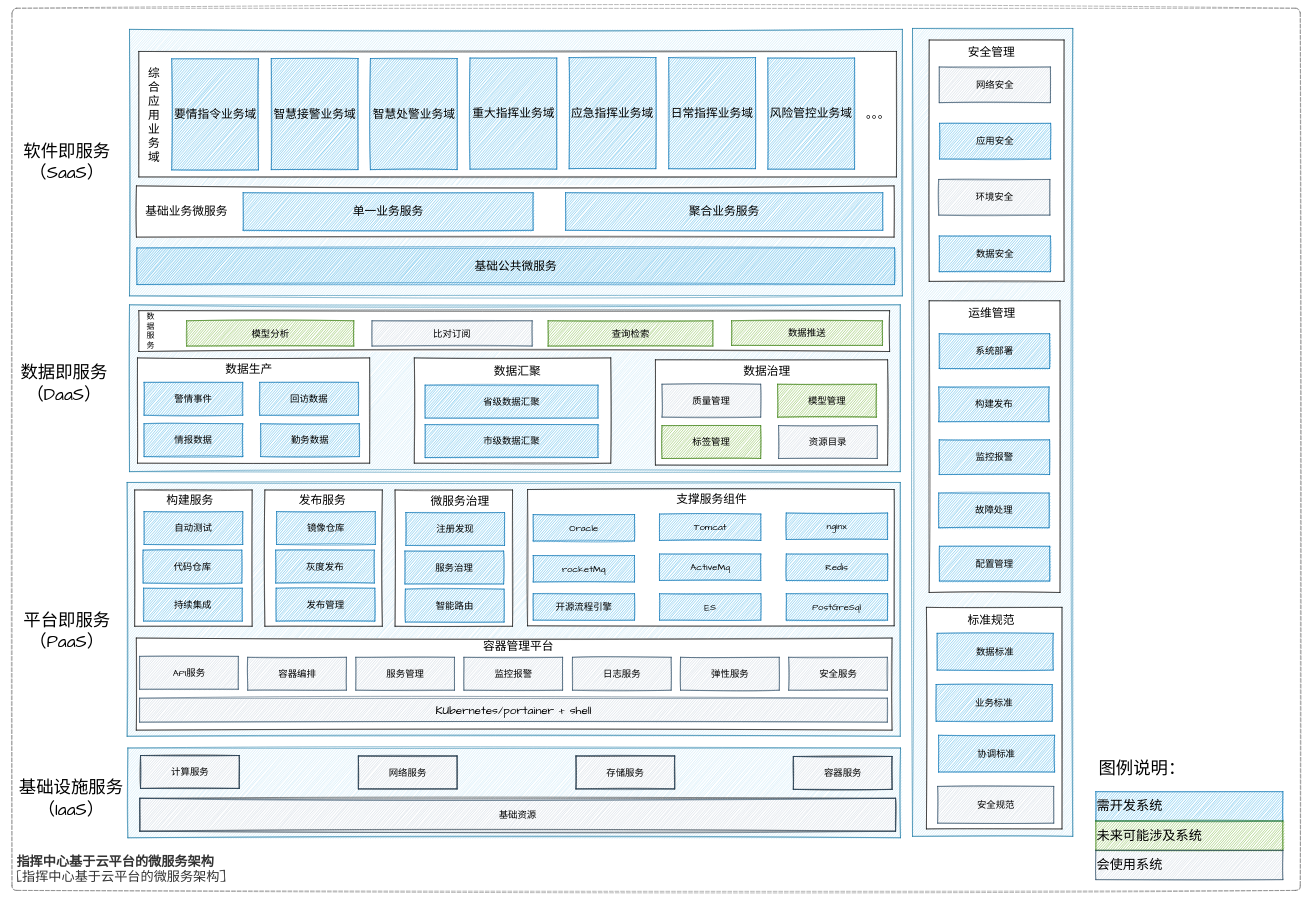
This is page "平台架构整体规划" (1 of 2) of 基于云平台的微服务架构.drawio from chensiyu123456/drawio-files, a draw.io file, before an edit. Source tidied: cells renumbered, new cells numbered last; positions are measured from the earlier drawing's top-left corner, leaving out a move shared by most shapes. Both pictures are drawn from the tidied source at 47%, with x=0, y=0 at pixel (8, 8).
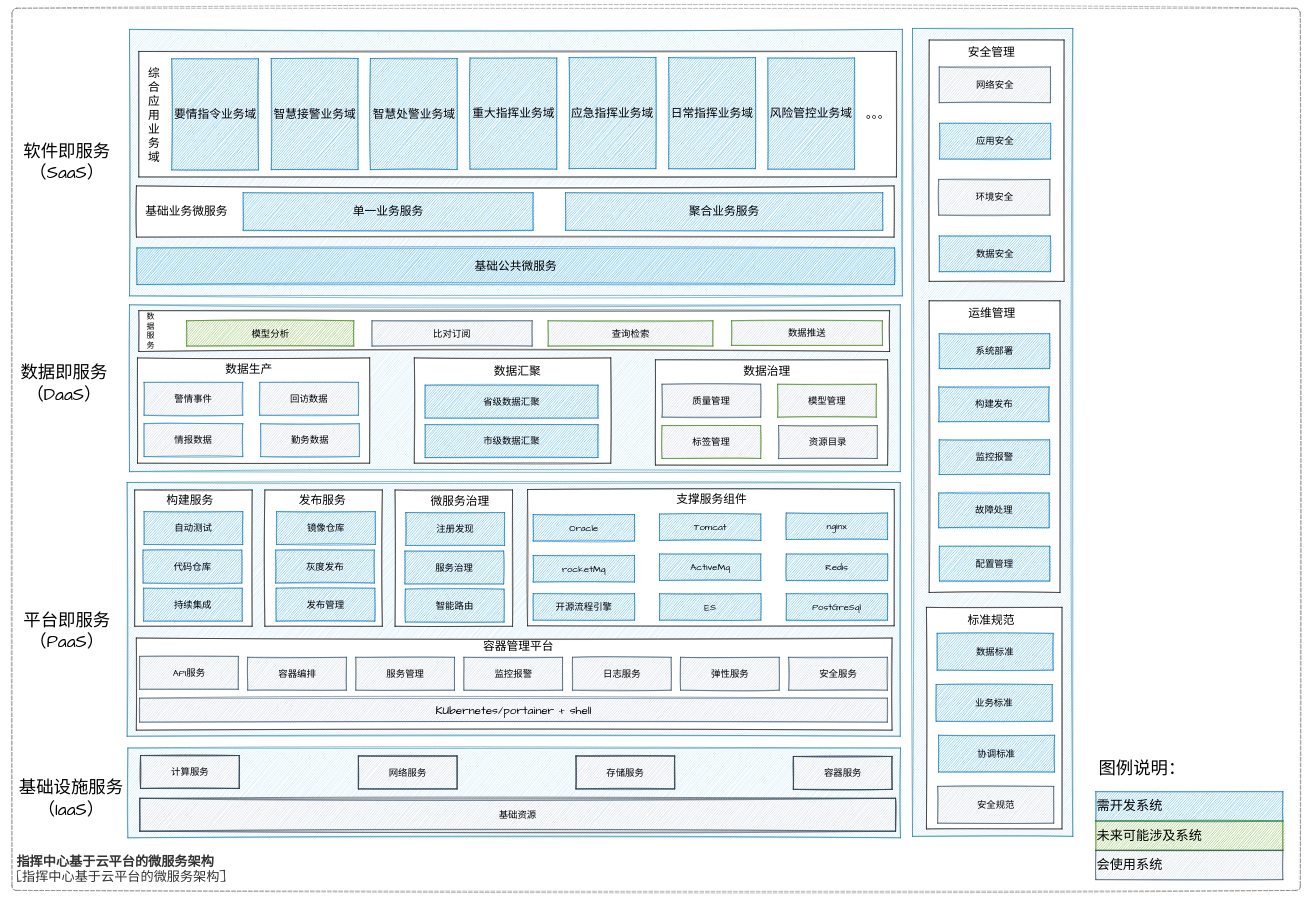
Above is the later version.

Commit message:
更新基于云平台的微服务架构.drawio

Unchanged cells that the change refers to:
```xml
<mxCell id="37" style="group;" parent="1" vertex="1">
  <mxGeometry x="1377" y="748" width="494" height="224" as="geometry" />
</mxCell>
<mxCell id="44" style="group;" parent="1" vertex="1">
  <mxGeometry x="275" y="744" width="494" height="224" as="geometry" />
</mxCell>
<mxCell id="100" style="group;" parent="1" vertex="1">
  <mxGeometry x="277.8" y="635" width="1597.5" height="103" as="geometry" />
</mxCell>
```

What changed in the source:
```diff
@@
-    <mxCell id="40" value="模型管理" style="rounded=0;whiteSpace=wrap;html=1;sketch=1;hachureGap=4;fontFamily=Architects Daughter;fontSize=20;fillColor=#60a917;strokeColor=#2D7600;fontColor=#000000;" parent="37" vertex="1">
+    <mxCell id="40" value="模型管理" style="rounded=0;whiteSpace=wrap;html=1;sketch=1;hachureGap=4;fontFamily=Architects Daughter;fontSize=20;fillColor=#BAC8D3;strokeColor=#2D7600;fontColor=#000000;" parent="37" vertex="1">
       <mxGeometry x="260" y="52" width="210" height="70" as="geometry" />
     </mxCell>
-    <mxCell id="41" value="标签管理" style="rounded=0;whiteSpace=wrap;html=1;sketch=1;hachureGap=4;fontFamily=Architects Daughter;fontSize=20;fillColor=#60a917;strokeColor=#2D7600;fontColor=#000000;" parent="37" vertex="1">
+    <mxCell id="41" value="标签管理" style="rounded=0;whiteSpace=wrap;html=1;sketch=1;hachureGap=4;fontFamily=Architects Daughter;fontSize=20;fillColor=#BAC8D3;strokeColor=#2D7600;fontColor=#000000;" parent="37" vertex="1">
       <mxGeometry x="14" y="140" width="210" height="70" as="geometry" />
     </mxCell>
@@
-    <mxCell id="46" value="警情事件" style="rounded=0;whiteSpace=wrap;html=1;sketch=1;hachureGap=4;fontFamily=Architects Daughter;fontSize=20;fillColor=#1ba1e2;strokeColor=#006EAF;fontColor=#000000;" parent="44" vertex="1">
+    <mxCell id="46" value="警情事件" style="rounded=0;whiteSpace=wrap;html=1;sketch=1;hachureGap=4;fontFamily=Architects Daughter;fontSize=20;fillColor=#BAC8D3;strokeColor=#006EAF;fontColor=#000000;" parent="44" vertex="1">
       <mxGeometry x="14" y="52" width="210" height="70" as="geometry" />
     </mxCell>
-    <mxCell id="47" value="回访数据" style="rounded=0;whiteSpace=wrap;html=1;sketch=1;hachureGap=4;fontFamily=Architects Daughter;fontSize=20;fillColor=#1ba1e2;strokeColor=#006EAF;fontColor=#000000;" parent="44" vertex="1">
+    <mxCell id="47" value="回访数据" style="rounded=0;whiteSpace=wrap;html=1;sketch=1;hachureGap=4;fontFamily=Architects Daughter;fontSize=20;fillColor=#BAC8D3;strokeColor=#006EAF;fontColor=#000000;" parent="44" vertex="1">
       <mxGeometry x="260" y="52" width="210" height="70" as="geometry" />
     </mxCell>
-    <mxCell id="48" value="情报数据" style="rounded=0;whiteSpace=wrap;html=1;sketch=1;hachureGap=4;fontFamily=Architects Daughter;fontSize=20;fillColor=#1ba1e2;strokeColor=#006EAF;fontColor=#000000;" parent="44" vertex="1">
+    <mxCell id="48" value="情报数据" style="rounded=0;whiteSpace=wrap;html=1;sketch=1;hachureGap=4;fontFamily=Architects Daughter;fontSize=20;fillColor=#BAC8D3;strokeColor=#006EAF;fontColor=#000000;" parent="44" vertex="1">
       <mxGeometry x="14" y="140" width="210" height="70" as="geometry" />
     </mxCell>
-    <mxCell id="49" value="勤务数据" style="rounded=0;whiteSpace=wrap;html=1;sketch=1;hachureGap=4;fontFamily=Architects Daughter;fontSize=20;fillColor=#1ba1e2;strokeColor=#006EAF;fontColor=#000000;" parent="44" vertex="1">
+    <mxCell id="49" value="勤务数据" style="rounded=0;whiteSpace=wrap;html=1;sketch=1;hachureGap=4;fontFamily=Architects Daughter;fontSize=20;fillColor=#BAC8D3;strokeColor=#006EAF;fontColor=#000000;" parent="44" vertex="1">
       <mxGeometry x="262" y="140" width="210" height="70" as="geometry" />
     </mxCell>
@@
-    <mxCell id="104" value="查询检索" style="rounded=0;whiteSpace=wrap;html=1;sketch=1;hachureGap=4;fontFamily=Architects Daughter;fontSize=20;fillColor=#60a917;strokeColor=#2D7600;fontColor=#000000;" parent="100" vertex="1">
+    <mxCell id="104" value="查询检索" style="rounded=0;whiteSpace=wrap;html=1;sketch=1;hachureGap=4;fontFamily=Architects Daughter;fontSize=20;fillColor=#BAC8D3;strokeColor=#2D7600;fontColor=#000000;" parent="100" vertex="1">
       <mxGeometry x="870.8" y="30" width="350.7" height="53.8" as="geometry" />
     </mxCell>
-    <mxCell id="105" value="数据推送" style="rounded=0;whiteSpace=wrap;html=1;sketch=1;hachureGap=4;fontFamily=Architects Daughter;fontSize=20;fillColor=#60a917;strokeColor=#2D7600;fontColor=#000000;" parent="100" vertex="1">
+    <mxCell id="105" value="数据推送" style="rounded=0;whiteSpace=wrap;html=1;sketch=1;hachureGap=4;fontFamily=Architects Daughter;fontSize=20;fillColor=#BAC8D3;strokeColor=#2D7600;fontColor=#000000;" parent="100" vertex="1">
       <mxGeometry x="1261.2" y="30" width="320.9" height="52.3" as="geometry" />
     </mxCell>
```
